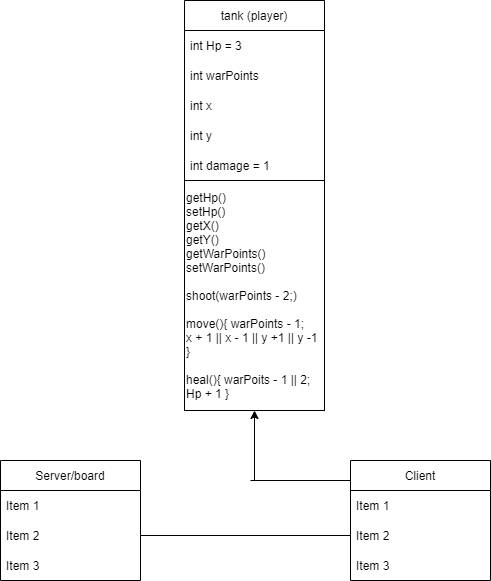
Timpan42/slutprojekt_programering_2023 keeps this draw.io diagram as document/Untitled Diagram.drawio.png. Above is the earlier version. Source tidied: cells renumbered, new cells last; positions are measured from the earlier drawing's top-left corner, leaving out a move shared by most shapes.
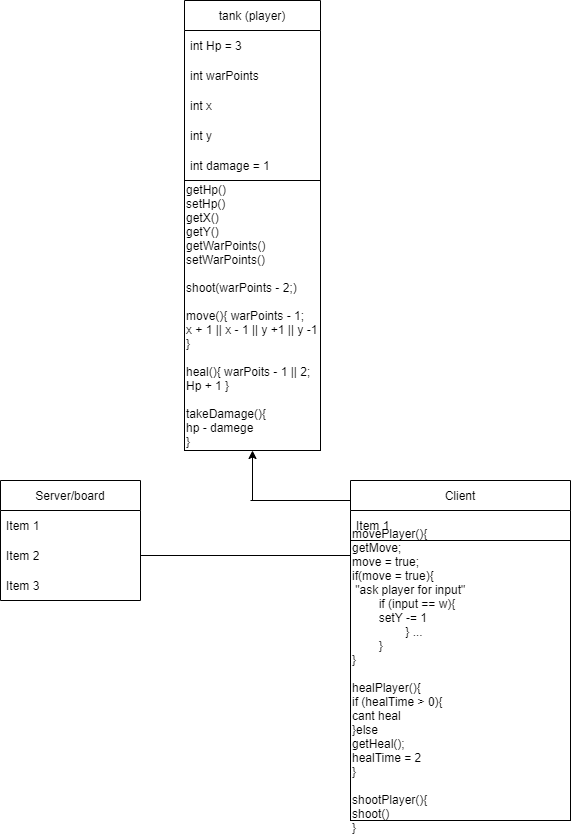
After the change.

Commit message:
ändra i readme och i klass diagram

Change to the diagram source:
```diff
@@ -3,25 +3,25 @@
     <mxCell id="0" />
     <mxCell id="1" parent="0" />
     <mxCell id="2" value="tank (player)" style="swimlane;fontStyle=0;horizontal=1;startSize=30;whiteSpace=wrap;html=1;" parent="1" vertex="1">
-      <mxGeometry x="184" width="140" height="410" as="geometry" />
+      <mxGeometry x="184" y="-20" width="136" height="450" as="geometry" />
     </mxCell>
     <mxCell id="3" value="int Hp = 3" style="text;strokeColor=none;fillColor=none;align=left;verticalAlign=middle;spacingLeft=4;spacingRight=4;overflow=hidden;whiteSpace=wrap;html=1;" parent="2" vertex="1">
-      <mxGeometry y="30" width="140" height="30" as="geometry" />
+      <mxGeometry y="30" width="136" height="30" as="geometry" />
     </mxCell>
     <mxCell id="4" value="int warPoints" style="text;strokeColor=none;fillColor=none;align=left;verticalAlign=middle;spacingLeft=4;spacingRight=4;overflow=hidden;whiteSpace=wrap;html=1;" parent="2" vertex="1">
-      <mxGeometry y="60" width="140" height="30" as="geometry" />
+      <mxGeometry y="60" width="136" height="30" as="geometry" />
     </mxCell>
     <mxCell id="5" value="int x&amp;nbsp;" style="text;strokeColor=none;fillColor=none;align=left;verticalAlign=middle;spacingLeft=4;spacingRight=4;overflow=hidden;whiteSpace=wrap;html=1;" parent="2" vertex="1">
-      <mxGeometry y="90" width="140" height="30" as="geometry" />
+      <mxGeometry y="90" width="136" height="30" as="geometry" />
     </mxCell>
     <mxCell id="6" value="int y" style="text;strokeColor=none;fillColor=none;align=left;verticalAlign=middle;spacingLeft=4;spacingRight=4;overflow=hidden;whiteSpace=wrap;html=1;" parent="2" vertex="1">
-      <mxGeometry y="120" width="140" height="30" as="geometry" />
+      <mxGeometry y="120" width="136" height="30" as="geometry" />
     </mxCell>
     <mxCell id="7" value="int damage = 1&amp;nbsp;" style="text;strokeColor=none;fillColor=none;align=left;verticalAlign=middle;spacingLeft=4;spacingRight=4;overflow=hidden;whiteSpace=wrap;html=1;" parent="2" vertex="1">
-      <mxGeometry y="150" width="140" height="30" as="geometry" />
+      <mxGeometry y="150" width="136" height="30" as="geometry" />
     </mxCell>
-    <mxCell id="8" value="getHp()&lt;br&gt;setHp()&lt;br&gt;getX()&lt;br&gt;getY()&lt;br&gt;getWarPoints()&lt;br&gt;setWarPoints()&lt;br&gt;&lt;br&gt;shoot(warPoints - 2;)&lt;br&gt;&lt;br&gt;move(){ warPoints - 1;&amp;nbsp;&lt;br&gt;x + 1 || x - 1 || y +1 || y -1&lt;br&gt;}&lt;br&gt;&lt;br&gt;heal(){ warPoits - 1 || 2;&lt;br&gt;Hp + 1 }" style="rounded=0;whiteSpace=wrap;html=1;align=left;" parent="2" vertex="1">
-      <mxGeometry y="180" width="140" height="230" as="geometry" />
+    <mxCell id="8" value="getHp()&lt;br&gt;setHp()&lt;br&gt;getX()&lt;br&gt;getY()&lt;br&gt;getWarPoints()&lt;br&gt;setWarPoints()&lt;br&gt;&lt;br&gt;shoot(warPoints - 2;)&lt;br&gt;&lt;br&gt;move(){ warPoints - 1;&amp;nbsp;&lt;br&gt;x + 1 || x - 1 || y +1 || y -1&lt;br&gt;}&lt;br&gt;&lt;br&gt;heal(){ warPoits - 1 || 2;&lt;br&gt;Hp + 1 }&lt;br&gt;&lt;br&gt;takeDamage(){&lt;br&gt;hp - damege&lt;br&gt;}" style="rounded=0;whiteSpace=wrap;html=1;align=left;" parent="2" vertex="1">
+      <mxGeometry y="180" width="136" height="270" as="geometry" />
     </mxCell>
     <mxCell id="9" value="Server/board" style="swimlane;fontStyle=0;horizontal=1;startSize=30;whiteSpace=wrap;html=1;" parent="1" vertex="1">
       <mxGeometry y="460" width="140" height="120" as="geometry" />
@@ -36,20 +36,18 @@
       <mxGeometry y="90" width="140" height="30" as="geometry" />
     </mxCell>
     <mxCell id="13" value="Client" style="swimlane;fontStyle=0;horizontal=1;startSize=30;whiteSpace=wrap;html=1;" parent="1" vertex="1">
-      <mxGeometry x="350" y="460" width="140" height="120" as="geometry" />
+      <mxGeometry x="350" y="460" width="220" height="340" as="geometry" />
     </mxCell>
     <mxCell id="14" value="Item 1" style="text;strokeColor=none;fillColor=none;align=left;verticalAlign=middle;spacingLeft=4;spacingRight=4;overflow=hidden;whiteSpace=wrap;html=1;" parent="13" vertex="1">
-      <mxGeometry y="30" width="140" height="30" as="geometry" />
+      <mxGeometry y="30" width="220" height="30" as="geometry" />
     </mxCell>
-    <mxCell id="15" value="Item 2" style="text;strokeColor=none;fillColor=none;align=left;verticalAlign=middle;spacingLeft=4;spacingRight=4;overflow=hidden;points=[[0,0.5],[1,0.5]];portConstraint=eastwest;whiteSpace=wrap;html=1;" parent="13" vertex="1">
-      <mxGeometry y="60" width="140" height="30" as="geometry" />
-    </mxCell>
-    <mxCell id="16" value="Item 3" style="text;strokeColor=none;fillColor=none;align=left;verticalAlign=middle;spacingLeft=4;spacingRight=4;overflow=hidden;whiteSpace=wrap;html=1;" parent="13" vertex="1">
-      <mxGeometry y="90" width="140" height="30" as="geometry" />
-    </mxCell>
+    <mxCell id="20" value="movePlayer(){&lt;br&gt;getMove;&lt;br&gt;move = true;&lt;br&gt;if(move = true){&lt;br&gt;&amp;nbsp;&quot;ask player for input&quot;&amp;nbsp;&lt;br&gt;&lt;span style=&quot;white-space: pre;&quot;&gt;&#9;&lt;/span&gt;if (input == w){&lt;br&gt;&lt;span style=&quot;white-space: pre;&quot;&gt;&#9;&lt;/span&gt;setY -= 1&lt;br&gt;&lt;span style=&quot;white-space: pre;&quot;&gt;&#9;&lt;/span&gt;&lt;span style=&quot;white-space: pre;&quot;&gt;&#9;&lt;/span&gt;} ...&lt;br&gt;&lt;span style=&quot;white-space: pre;&quot;&gt;&#9;&lt;/span&gt;}&lt;br&gt;}&lt;br&gt;&lt;br&gt;healPlayer(){&lt;br&gt;if (healTime &amp;gt; 0){&lt;br&gt;cant heal&lt;br&gt;}else&lt;br&gt;getHeal();&lt;br&gt;healTime = 2&lt;br&gt;}&lt;br&gt;&lt;br&gt;shootPlayer(){&lt;br&gt;shoot()&lt;br&gt;}" style="rounded=0;whiteSpace=wrap;html=1;align=left;fillColor=default;" parent="13" vertex="1">
+      <mxGeometry y="60" width="220" height="280" as="geometry" />
+    </mxCell>
-    <mxCell id="17" style="endArrow=classic;html=1;rounded=0;entryX=0.5;entryY=1;entryDx=0;entryDy=0;" parent="1" edge="1" target="2">
+    <mxCell id="17" style="endArrow=classic;html=1;rounded=0;" parent="1" edge="1">
       <mxGeometry relative="1" as="geometry">
-        <mxPoint x="254" y="480" as="sourcePoint" />
+        <mxPoint x="252" y="480" as="sourcePoint" />
+        <mxPoint x="252" y="430" as="targetPoint" />
       </mxGeometry>
     </mxCell>
     <mxCell id="18" style="endArrow=none;html=1;rounded=0;" parent="1" edge="1">
@@ -58,8 +56,10 @@
         <mxPoint x="350" y="480" as="targetPoint" />
       </mxGeometry>
     </mxCell>
-    <mxCell id="19" style="endArrow=none;html=1;rounded=0;entryX=0;entryY=0.5;entryDx=0;entryDy=0;exitX=1;exitY=0.5;exitDx=0;exitDy=0;" parent="1" edge="1" source="11" target="15">
-      <mxGeometry relative="1" as="geometry" />
+    <mxCell id="19" style="endArrow=none;html=1;rounded=0;entryX=0;entryY=0.5;entryDx=0;entryDy=0;exitX=1;exitY=0.5;exitDx=0;exitDy=0;" parent="1" edge="1" source="11">
+      <mxGeometry relative="1" as="geometry">
+        <mxPoint x="350" y="535" as="targetPoint" />
+      </mxGeometry>
     </mxCell>
   </root>
 </mxGraphModel>
```
